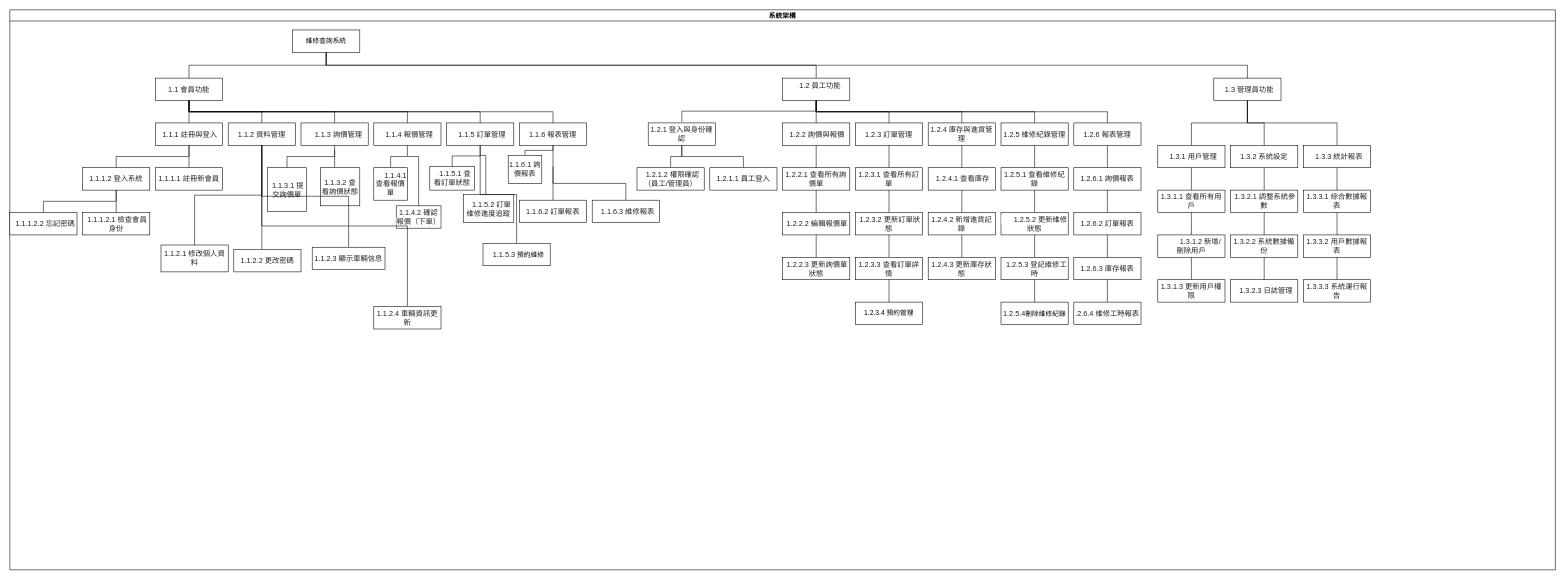
Above: 維修查詢系統架構圖.drawio in hak99101314/Maintenance-inquiry-system (draw.io), before the change. Source tidied: cells renumbered, new cells numbered last; positions are measured from the earlier drawing's top-left corner, leaving out a move shared by most shapes. Both pictures are drawn from the tidied source at 56%, with x=0, y=0 at pixel (10, 10).
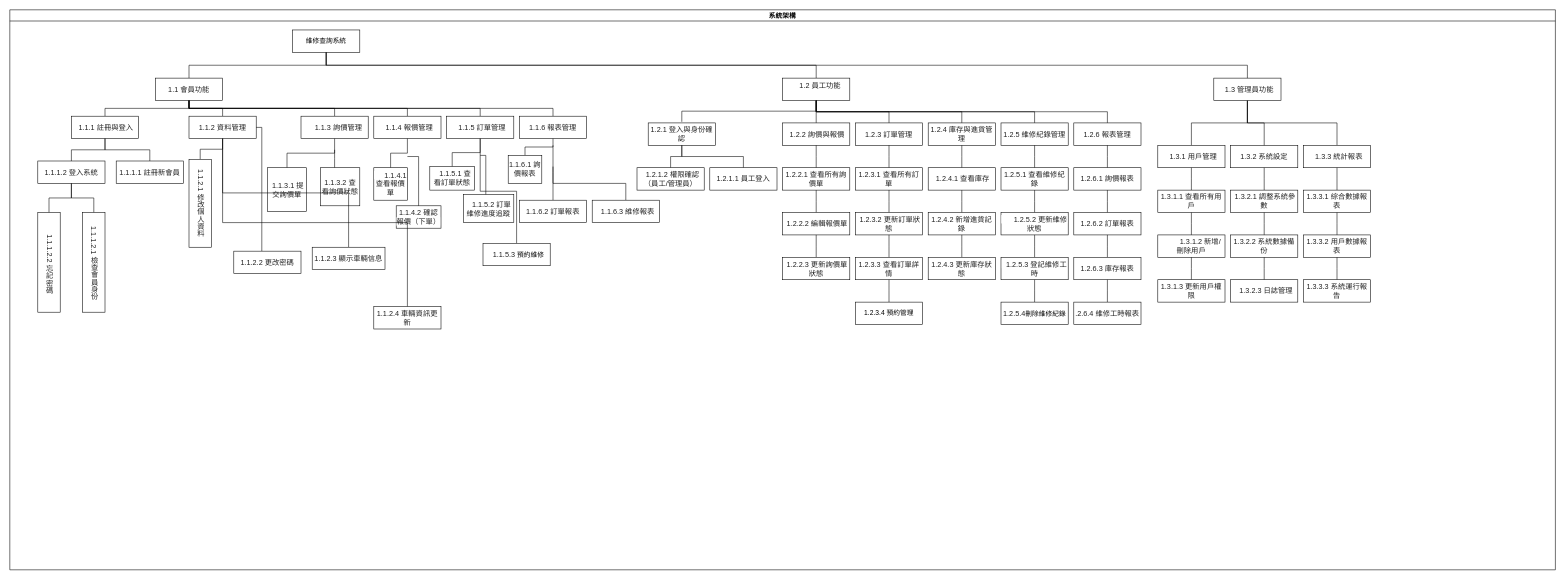
The same diagram, later.

Commit message (it also covers changes not shown here):
更新維修查詢系統架構圖.drawio

Unchanged cells that the change refers to:
```xml
<mxCell id="2" value="系統架構" style="swimlane;startSize=20;horizontal=1;containerType=tree;textShadow=0;" parent="1" vertex="1">
  <mxGeometry width="2760" height="1000" as="geometry" />
</mxCell>
```

The edit, as a diff of the source:
```diff
@@
     <mxCell id="9" value="&lt;span style=&quot;color: rgb(34, 34, 34); font-family: Arial, Helvetica, sans-serif; font-size: small; text-align: start; background-color: rgb(255, 255, 255);&quot;&gt;&amp;nbsp;1.1.1 註冊與登入&lt;/span&gt;" style="whiteSpace=wrap;html=1;newEdgeStyle={&quot;edgeStyle&quot;:&quot;elbowEdgeStyle&quot;,&quot;startArrow&quot;:&quot;none&quot;,&quot;endArrow&quot;:&quot;none&quot;};" parent="2" vertex="1">
-      <mxGeometry x="260" y="202" width="120" height="40" as="geometry" />
+      <mxGeometry x="110" y="190" width="120" height="40" as="geometry" />
     </mxCell>
@@
     <mxCell id="11" value="&lt;span style=&quot;color: rgb(34, 34, 34); font-family: Arial, Helvetica, sans-serif; font-size: small; text-align: start; background-color: rgb(255, 255, 255);&quot;&gt;1.1.1.1 註冊新會員&lt;/span&gt;" style="whiteSpace=wrap;html=1;newEdgeStyle={&quot;edgeStyle&quot;:&quot;elbowEdgeStyle&quot;,&quot;startArrow&quot;:&quot;none&quot;,&quot;endArrow&quot;:&quot;none&quot;};" parent="2" vertex="1">
-      <mxGeometry x="260" y="282" width="120" height="40" as="geometry" />
+      <mxGeometry x="190" y="270" width="120" height="40" as="geometry" />
     </mxCell>
@@
     <mxCell id="13" value="&lt;span style=&quot;color: rgb(34, 34, 34); font-family: Arial, Helvetica, sans-serif; font-size: small; text-align: start; background-color: rgb(255, 255, 255);&quot;&gt;1.1.1.2 登入系統&lt;/span&gt;" style="whiteSpace=wrap;html=1;newEdgeStyle={&quot;edgeStyle&quot;:&quot;elbowEdgeStyle&quot;,&quot;startArrow&quot;:&quot;none&quot;,&quot;endArrow&quot;:&quot;none&quot;};" parent="2" vertex="1">
-      <mxGeometry x="130" y="282" width="120" height="40" as="geometry" />
+      <mxGeometry x="50" y="270" width="120" height="40" as="geometry" />
     </mxCell>
@@
-    <mxCell id="15" value="&lt;span style=&quot;color: rgb(34, 34, 34); font-family: Arial, Helvetica, sans-serif; font-size: small; text-align: start; background-color: rgb(255, 255, 255);&quot;&gt;&amp;nbsp;1.1.1.2.1 檢查會員身份&lt;/span&gt;" style="whiteSpace=wrap;html=1;newEdgeStyle={&quot;edgeStyle&quot;:&quot;elbowEdgeStyle&quot;,&quot;startArrow&quot;:&quot;none&quot;,&quot;endArrow&quot;:&quot;none&quot;};" parent="2" vertex="1">
-      <mxGeometry x="130" y="362" width="120" height="40" as="geometry" />
+    <mxCell id="15" value="&lt;span style=&quot;color: rgb(34, 34, 34); font-family: Arial, Helvetica, sans-serif; font-size: small; text-align: start; background-color: rgb(255, 255, 255);&quot;&gt;&amp;nbsp;1.1.1.2.1 檢查會員身份&lt;/span&gt;" style="whiteSpace=wrap;html=1;newEdgeStyle={&quot;edgeStyle&quot;:&quot;elbowEdgeStyle&quot;,&quot;startArrow&quot;:&quot;none&quot;,&quot;endArrow&quot;:&quot;none&quot;};textDirection=vertical-lr;" parent="2" vertex="1">
+      <mxGeometry x="130" y="362" width="40" height="178" as="geometry" />
     </mxCell>
@@
-    <mxCell id="17" value="&lt;span style=&quot;color: rgb(34, 34, 34); font-family: Arial, Helvetica, sans-serif; font-size: small; text-align: start; background-color: rgb(255, 255, 255);&quot;&gt;&amp;nbsp; 1.1.1.2.2 忘記密碼&lt;/span&gt;" style="whiteSpace=wrap;html=1;newEdgeStyle={&quot;edgeStyle&quot;:&quot;elbowEdgeStyle&quot;,&quot;startArrow&quot;:&quot;none&quot;,&quot;endArrow&quot;:&quot;none&quot;};" parent="2" vertex="1">
-      <mxGeometry y="362" width="120" height="40" as="geometry" />
+    <mxCell id="17" value="&lt;span style=&quot;color: rgb(34, 34, 34); font-family: Arial, Helvetica, sans-serif; font-size: small; text-align: start; background-color: rgb(255, 255, 255);&quot;&gt;&amp;nbsp; 1.1.1.2.2 忘記密碼&lt;/span&gt;" style="whiteSpace=wrap;html=1;newEdgeStyle={&quot;edgeStyle&quot;:&quot;elbowEdgeStyle&quot;,&quot;startArrow&quot;:&quot;none&quot;,&quot;endArrow&quot;:&quot;none&quot;};textDirection=vertical-lr;" parent="2" vertex="1">
+      <mxGeometry x="50" y="362" width="40" height="178" as="geometry" />
     </mxCell>
@@
     <mxCell id="19" value="&lt;span style=&quot;color: rgb(34, 34, 34); font-family: Arial, Helvetica, sans-serif; font-size: small; text-align: start; background-color: rgb(255, 255, 255);&quot;&gt;1.1.2 資料管理&lt;/span&gt;" style="whiteSpace=wrap;html=1;newEdgeStyle={&quot;edgeStyle&quot;:&quot;elbowEdgeStyle&quot;,&quot;startArrow&quot;:&quot;none&quot;,&quot;endArrow&quot;:&quot;none&quot;};" parent="2" vertex="1">
-      <mxGeometry x="390" y="202" width="120" height="40" as="geometry" />
+      <mxGeometry x="320" y="190" width="120" height="40" as="geometry" />
     </mxCell>
@@
-    <mxCell id="21" value="&lt;span style=&quot;color: rgb(34, 34, 34); font-family: Arial, Helvetica, sans-serif; font-size: small; text-align: start; background-color: rgb(255, 255, 255);&quot;&gt;1.1.2.1 修改個人資料&lt;/span&gt;" style="whiteSpace=wrap;html=1;newEdgeStyle={&quot;edgeStyle&quot;:&quot;elbowEdgeStyle&quot;,&quot;startArrow&quot;:&quot;none&quot;,&quot;endArrow&quot;:&quot;none&quot;};" parent="2" vertex="1">
-      <mxGeometry x="270" y="420" width="120" height="48" as="geometry" />
+    <mxCell id="21" value="&lt;span style=&quot;color: rgb(34, 34, 34); font-family: Arial, Helvetica, sans-serif; font-size: small; text-align: start; background-color: rgb(255, 255, 255);&quot;&gt;1.1.2.1 修改個人資料&lt;/span&gt;" style="whiteSpace=wrap;html=1;newEdgeStyle={&quot;edgeStyle&quot;:&quot;elbowEdgeStyle&quot;,&quot;startArrow&quot;:&quot;none&quot;,&quot;endArrow&quot;:&quot;none&quot;};textDirection=vertical-lr;" parent="2" vertex="1">
+      <mxGeometry x="320" y="267" width="40" height="157" as="geometry" />
     </mxCell>
@@
     <mxCell id="23" value="&lt;span style=&quot;color: rgb(34, 34, 34); font-family: Arial, Helvetica, sans-serif; font-size: small; text-align: start; background-color: rgb(255, 255, 255);&quot;&gt;1.1.2.2 更改密碼&lt;/span&gt;" style="whiteSpace=wrap;html=1;newEdgeStyle={&quot;edgeStyle&quot;:&quot;elbowEdgeStyle&quot;,&quot;startArrow&quot;:&quot;none&quot;,&quot;endArrow&quot;:&quot;none&quot;};" parent="2" vertex="1">
-      <mxGeometry x="400" y="428" width="120" height="40" as="geometry" />
+      <mxGeometry x="400" y="431" width="120" height="40" as="geometry" />
     </mxCell>
@@
     <mxCell id="25" value="&lt;span style=&quot;color: rgb(34, 34, 34); font-family: Arial, Helvetica, sans-serif; font-size: small; text-align: start; background-color: rgb(255, 255, 255);&quot;&gt;&amp;nbsp; &amp;nbsp; 1.1.3 詢價管理&lt;/span&gt;" style="whiteSpace=wrap;html=1;newEdgeStyle={&quot;edgeStyle&quot;:&quot;elbowEdgeStyle&quot;,&quot;startArrow&quot;:&quot;none&quot;,&quot;endArrow&quot;:&quot;none&quot;};" parent="2" vertex="1">
-      <mxGeometry x="520" y="202" width="120" height="40" as="geometry" />
+      <mxGeometry x="520" y="190" width="120" height="40" as="geometry" />
     </mxCell>
@@
     <mxCell id="31" value="&lt;span style=&quot;color: rgb(34, 34, 34); font-family: Arial, Helvetica, sans-serif; font-size: small; text-align: start; background-color: rgb(255, 255, 255);&quot;&gt;&amp;nbsp; 1.1.4 報價管理&lt;/span&gt;" style="whiteSpace=wrap;html=1;newEdgeStyle={&quot;edgeStyle&quot;:&quot;elbowEdgeStyle&quot;,&quot;startArrow&quot;:&quot;none&quot;,&quot;endArrow&quot;:&quot;none&quot;};" parent="2" vertex="1">
-      <mxGeometry x="650" y="202" width="120" height="40" as="geometry" />
+      <mxGeometry x="650" y="190" width="120" height="40" as="geometry" />
     </mxCell>
@@
     <mxCell id="37" value="&lt;span style=&quot;color: rgb(34, 34, 34); font-family: Arial, Helvetica, sans-serif; font-size: small; text-align: start; background-color: rgb(255, 255, 255);&quot;&gt;&amp;nbsp; 1.1.5 訂單管理&lt;/span&gt;" style="whiteSpace=wrap;html=1;newEdgeStyle={&quot;edgeStyle&quot;:&quot;elbowEdgeStyle&quot;,&quot;startArrow&quot;:&quot;none&quot;,&quot;endArrow&quot;:&quot;none&quot;};" parent="2" vertex="1">
-      <mxGeometry x="780" y="202" width="120" height="40" as="geometry" />
+      <mxGeometry x="780" y="190" width="120" height="40" as="geometry" />
     </mxCell>
@@
     <mxCell id="43" value="&lt;span style=&quot;color: rgb(34, 34, 34); font-family: Arial, Helvetica, sans-serif; font-size: small; text-align: start; background-color: rgb(255, 255, 255);&quot;&gt;1.1.6 報表管理&lt;/span&gt;" style="whiteSpace=wrap;html=1;newEdgeStyle={&quot;edgeStyle&quot;:&quot;elbowEdgeStyle&quot;,&quot;startArrow&quot;:&quot;none&quot;,&quot;endArrow&quot;:&quot;none&quot;};" parent="2" vertex="1">
-      <mxGeometry x="910" y="202" width="120" height="40" as="geometry" />
+      <mxGeometry x="910" y="190" width="120" height="40" as="geometry" />
     </mxCell>
```
